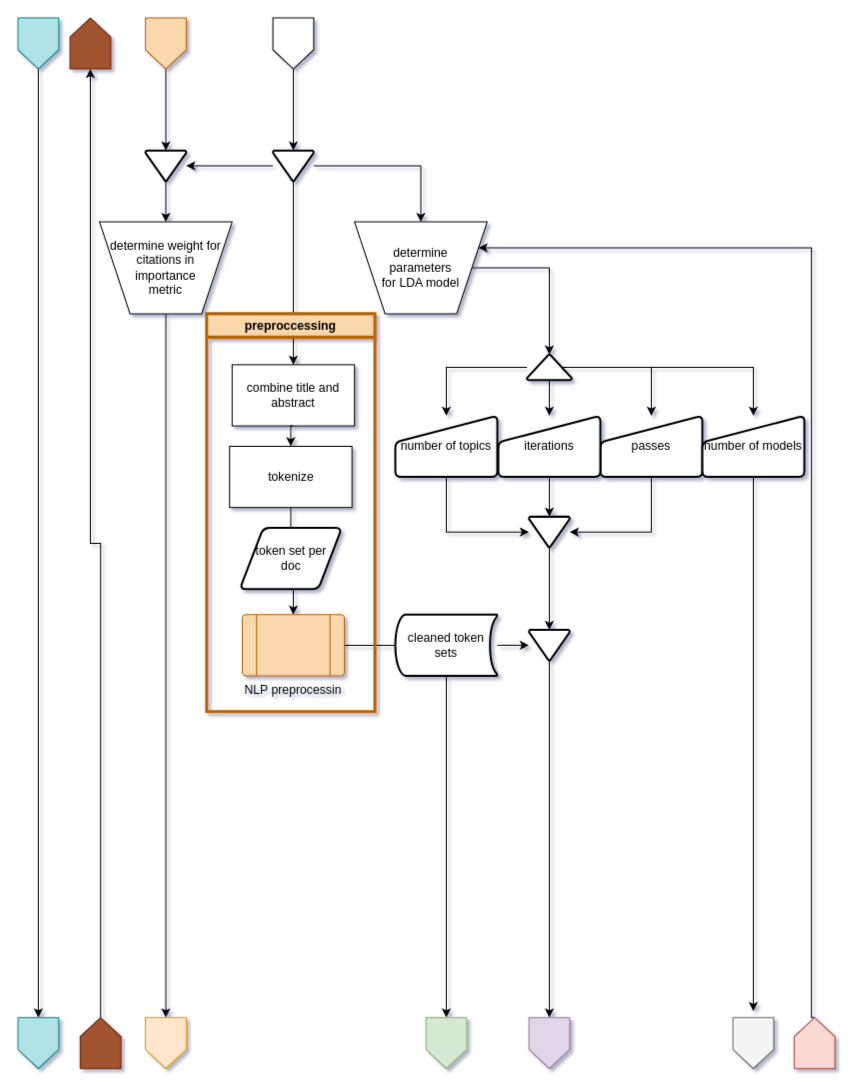
Before: page "Seite-3" (3 of 7) of mainSrc/literaturesurveyflowchart.drawio in PaulPuettbach/literature_study, a draw.io diagram. Source tidied: cells renumbered, new cells numbered last; positions are measured from the earlier drawing's top-left corner, leaving out a move shared by most shapes. Both pictures are drawn from the tidied source at 102%, with x=0, y=0 at pixel (17, 17).
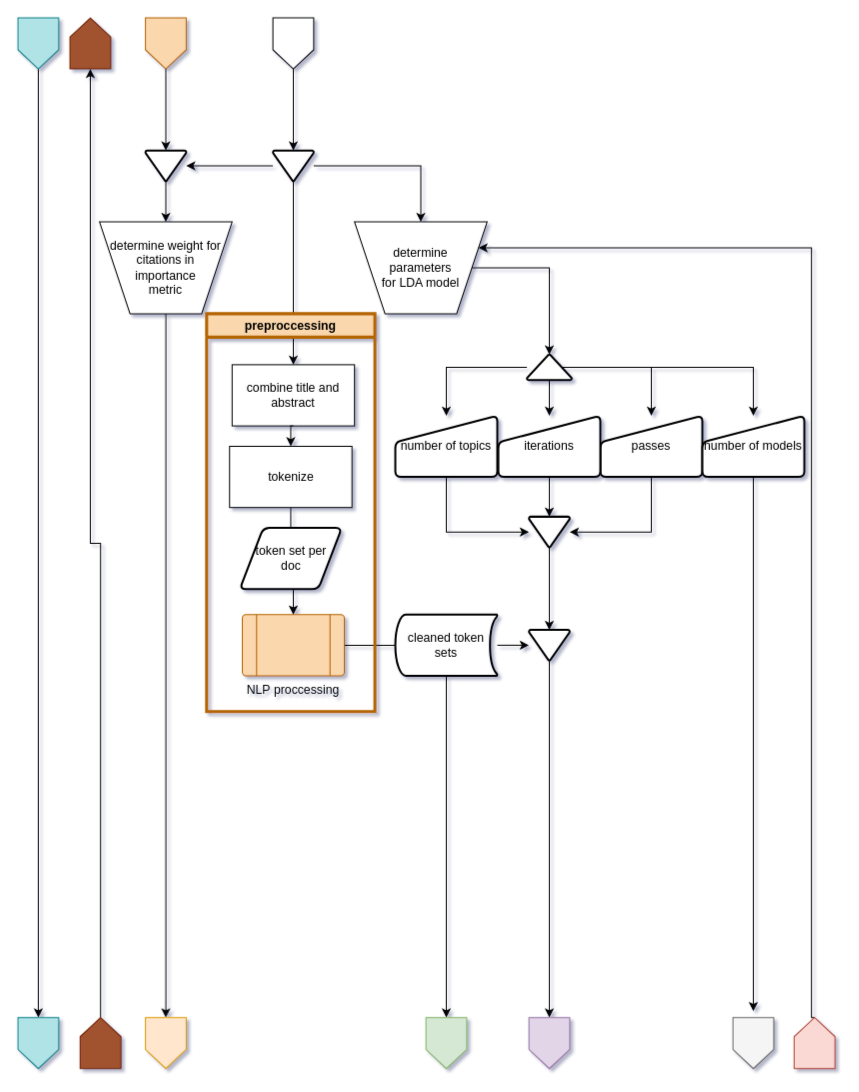
Above is the later version.

Unchanged cells that the change refers to:
```xml
<mxCell id="33" value="preproccessing" style="swimlane;whiteSpace=wrap;html=1;fillColor=#fad7ac;strokeColor=#b46504;strokeWidth=3;" parent="1" vertex="1">
  <mxGeometry x="185" y="290" width="165" height="390" as="geometry" />
</mxCell>
```

The edit, as a diff of the source:
```diff
@@
-    <mxCell id="37" value="NLP preprocessin" style="verticalLabelPosition=bottom;verticalAlign=top;html=1;shape=process;whiteSpace=wrap;rounded=1;size=0.14;arcSize=6;fillColor=#fad7ac;strokeColor=#b46504;" parent="33" vertex="1">
+    <mxCell id="37" value="NLP&amp;nbsp;proccessing" style="verticalLabelPosition=bottom;verticalAlign=top;html=1;shape=process;whiteSpace=wrap;rounded=1;size=0.14;arcSize=6;fillColor=#fad7ac;strokeColor=#b46504;" parent="33" vertex="1">
       <mxGeometry x="35" y="295" width="100" height="60" as="geometry" />
     </mxCell>
```
